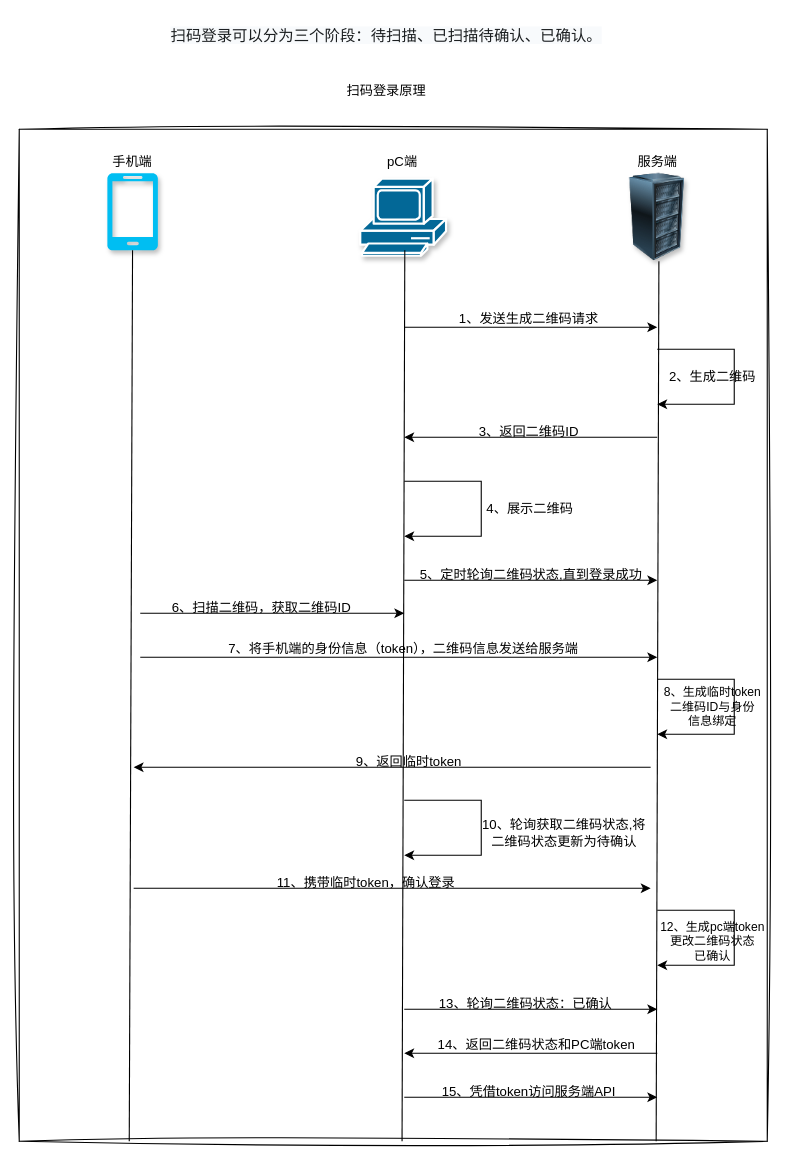
This is image-text/扫码登录原理.drawio from Rodert/javapub_oss, a draw.io file, before an edit. Source tidied: cells renumbered, new cells numbered last; positions are measured from the earlier drawing's top-left corner, leaving out a move shared by most shapes. Both pictures are drawn from the tidied source at 110%, with x=0, y=0 at pixel (19, 19).
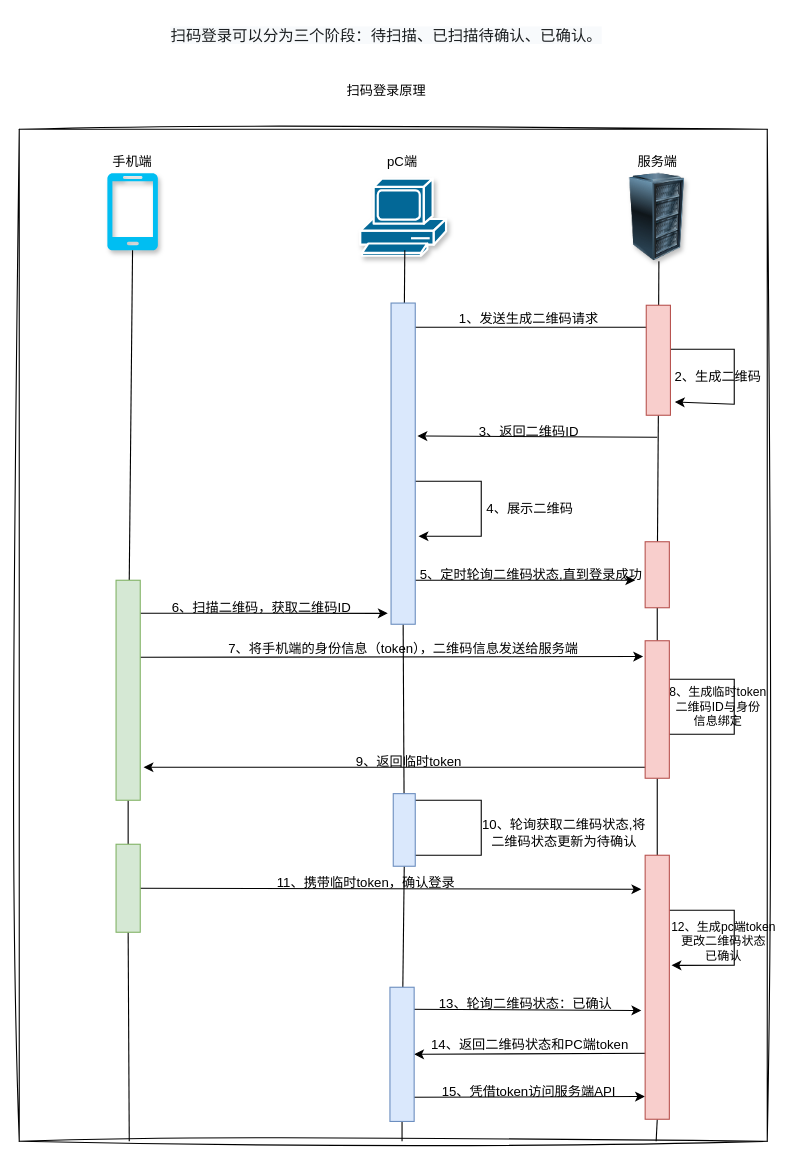
Above is the later version.

Commit message (it also covers changes not shown here):
更新扫码登录原理.drawio

The change refers to these unchanged cells:
```xml
<mxCell id="8" style="verticalLabelPosition=bottom;html=1;verticalAlign=top;align=center;strokeColor=none;fillColor=#00BEF2;shape=mxgraph.azure.mobile;hachureGap=4;fontFamily=Helvetica;shadow=1;" parent="1" vertex="1">
  <mxGeometry x="80" y="140" width="46" height="70" as="geometry" />
</mxCell>
```

Diff of the diagram source:
```diff
@@
-    <mxCell id="11" style="endArrow=none;html=1;rounded=0;hachureGap=4;fontFamily=Helvetica;entryX=0.5;entryY=1;entryDx=0;entryDy=0;entryPerimeter=0;" parent="1" edge="1" target="8">
-      <mxGeometry relative="1" as="geometry">
-        <mxPoint x="100" y="1020" as="sourcePoint" />
-      </mxGeometry>
+    <mxCell id="11" style="endArrow=none;html=1;rounded=0;hachureGap=4;fontFamily=Helvetica;entryX=0.5;entryY=1;entryDx=0;entryDy=0;entryPerimeter=0;" parent="1" edge="1" source="48" target="8">
+      <mxGeometry relative="1" as="geometry" />
     </mxCell>
-    <mxCell id="12" style="endArrow=none;html=1;rounded=0;hachureGap=4;fontFamily=Helvetica;entryX=0.5;entryY=1;entryDx=0;entryDy=0;entryPerimeter=0;" parent="1" edge="1">
+    <mxCell id="12" style="endArrow=none;html=1;rounded=0;hachureGap=4;fontFamily=Helvetica;entryX=0.5;entryY=1;entryDx=0;entryDy=0;entryPerimeter=0;" parent="1" edge="1" source="52">
       <mxGeometry relative="1" as="geometry">
-        <mxPoint x="348" y="1020" as="sourcePoint" />
         <mxPoint x="350.5" y="210" as="targetPoint" />
       </mxGeometry>
     </mxCell>
-    <mxCell id="13" style="endArrow=none;html=1;rounded=0;hachureGap=4;fontFamily=Helvetica;entryX=0.5;entryY=1;entryDx=0;entryDy=0;entryPerimeter=0;" parent="1" edge="1">
+    <mxCell id="13" style="endArrow=none;html=1;rounded=0;hachureGap=4;fontFamily=Helvetica;entryX=0.5;entryY=1;entryDx=0;entryDy=0;entryPerimeter=0;" parent="1" edge="1" source="58">
       <mxGeometry relative="1" as="geometry">
-        <mxPoint x="579" y="1020" as="sourcePoint" />
         <mxPoint x="581.5" y="220" as="targetPoint" />
       </mxGeometry>
     </mxCell>
@@
-    <mxCell id="15" style="endArrow=classic;html=1;rounded=0;hachureGap=4;fontFamily=Helvetica;flowAnimation=1;" parent="1" edge="1">
+    <mxCell id="15" style="endArrow=classic;html=1;rounded=0;hachureGap=4;fontFamily=Helvetica;flowAnimation=1;entryX=1.182;entryY=0.88;entryDx=0;entryDy=0;entryPerimeter=0;" parent="1" edge="1" target="58">
       <mxGeometry relative="1" as="geometry">
         <mxPoint x="580" y="300" as="sourcePoint" />
-        <mxPoint x="580" y="350" as="targetPoint" />
         <Array as="points">
           <mxPoint x="650" y="300" />
           <mxPoint x="650" y="350" />
         </Array>
       </mxGeometry>
     </mxCell>
-    <mxCell id="16" style="endArrow=classic;html=1;rounded=0;hachureGap=4;fontFamily=Helvetica;flowAnimation=1;" parent="1" edge="1">
+    <mxCell id="16" style="endArrow=classic;html=1;rounded=0;hachureGap=4;fontFamily=Helvetica;flowAnimation=1;entryX=1.091;entryY=0.414;entryDx=0;entryDy=0;entryPerimeter=0;" parent="1" edge="1" target="52">
       <mxGeometry relative="1" as="geometry">
         <mxPoint x="580" y="380" as="sourcePoint" />
-        <mxPoint x="350" y="380" as="targetPoint" />
       </mxGeometry>
     </mxCell>
-    <mxCell id="17" style="endArrow=classic;html=1;rounded=0;hachureGap=4;fontFamily=Helvetica;flowAnimation=1;" parent="1" edge="1">
+    <mxCell id="17" style="endArrow=classic;html=1;rounded=0;hachureGap=4;fontFamily=Helvetica;flowAnimation=1;entryX=1.136;entryY=0.726;entryDx=0;entryDy=0;entryPerimeter=0;" parent="1" edge="1" target="52">
       <mxGeometry relative="1" as="geometry">
         <mxPoint x="350" y="420" as="sourcePoint" />
-        <mxPoint x="350" y="470" as="targetPoint" />
         <Array as="points">
           <mxPoint x="420" y="420" />
           <mxPoint x="420" y="470" />
         </Array>
       </mxGeometry>
     </mxCell>
     <mxCell id="18" style="endArrow=classic;html=1;rounded=0;hachureGap=4;fontFamily=Helvetica;flowAnimation=1;" parent="1" edge="1">
       <mxGeometry relative="1" as="geometry">
         <mxPoint x="350" y="510" as="sourcePoint" />
-        <mxPoint x="580" y="510" as="targetPoint" />
+        <mxPoint x="560" y="510" as="targetPoint" />
       </mxGeometry>
     </mxCell>
-    <mxCell id="19" style="endArrow=classic;html=1;rounded=0;hachureGap=4;fontFamily=Helvetica;flowAnimation=1;" parent="1" edge="1">
+    <mxCell id="19" style="endArrow=classic;html=1;rounded=0;hachureGap=4;fontFamily=Helvetica;flowAnimation=1;entryX=-0.136;entryY=0.966;entryDx=0;entryDy=0;entryPerimeter=0;" parent="1" edge="1" target="52">
       <mxGeometry relative="1" as="geometry">
         <mxPoint x="110" y="540" as="sourcePoint" />
-        <mxPoint x="350" y="540" as="targetPoint" />
       </mxGeometry>
     </mxCell>
-    <mxCell id="20" style="endArrow=classic;html=1;rounded=0;hachureGap=4;fontFamily=Helvetica;flowAnimation=1;" parent="1" edge="1">
+    <mxCell id="20" style="endArrow=classic;html=1;rounded=0;hachureGap=4;fontFamily=Helvetica;flowAnimation=1;entryX=-0.083;entryY=0.115;entryDx=0;entryDy=0;entryPerimeter=0;" parent="1" edge="1" target="62">
       <mxGeometry relative="1" as="geometry">
         <mxPoint x="110" y="580" as="sourcePoint" />
-        <mxPoint x="580" y="580" as="targetPoint" />
       </mxGeometry>
     </mxCell>
@@
-    <mxCell id="22" style="endArrow=classic;html=1;rounded=0;hachureGap=4;fontFamily=Helvetica;flowAnimation=1;" parent="1" edge="1">
+    <mxCell id="22" style="endArrow=classic;html=1;rounded=0;hachureGap=4;fontFamily=Helvetica;flowAnimation=1;entryX=1.136;entryY=0.85;entryDx=0;entryDy=0;entryPerimeter=0;" parent="1" edge="1" target="48">
       <mxGeometry relative="1" as="geometry">
         <mxPoint x="574" y="680" as="sourcePoint" />
-        <mxPoint x="104" y="680" as="targetPoint" />
       </mxGeometry>
     </mxCell>
@@
-    <mxCell id="24" style="endArrow=classic;html=1;rounded=0;hachureGap=4;fontFamily=Helvetica;flowAnimation=1;" parent="1" edge="1">
+    <mxCell id="24" style="endArrow=classic;html=1;rounded=0;hachureGap=4;fontFamily=Helvetica;flowAnimation=1;entryX=-0.159;entryY=0.129;entryDx=0;entryDy=0;entryPerimeter=0;" parent="1" edge="1" target="64">
       <mxGeometry relative="1" as="geometry">
         <mxPoint x="104" y="790" as="sourcePoint" />
-        <mxPoint x="574" y="790" as="targetPoint" />
       </mxGeometry>
     </mxCell>
-    <mxCell id="25" style="endArrow=classic;html=1;rounded=0;hachureGap=4;fontFamily=Helvetica;flowAnimation=1;" parent="1" edge="1">
+    <mxCell id="25" style="endArrow=classic;html=1;rounded=0;hachureGap=4;fontFamily=Helvetica;flowAnimation=1;entryX=1.091;entryY=0.417;entryDx=0;entryDy=0;entryPerimeter=0;" parent="1" edge="1" target="64">
       <mxGeometry relative="1" as="geometry">
         <mxPoint x="580" y="810" as="sourcePoint" />
-        <mxPoint x="580" y="860" as="targetPoint" />
         <Array as="points">
           <mxPoint x="650" y="810" />
           <mxPoint x="650" y="860" />
         </Array>
       </mxGeometry>
     </mxCell>
-    <mxCell id="26" style="endArrow=classic;html=1;rounded=0;hachureGap=4;fontFamily=Helvetica;flowAnimation=1;" parent="1" edge="1">
+    <mxCell id="26" style="endArrow=classic;html=1;rounded=0;hachureGap=4;fontFamily=Helvetica;flowAnimation=1;entryX=-0.159;entryY=0.588;entryDx=0;entryDy=0;entryPerimeter=0;" parent="1" edge="1" target="64">
       <mxGeometry relative="1" as="geometry">
         <mxPoint x="350" y="900" as="sourcePoint" />
-        <mxPoint x="580" y="900" as="targetPoint" />
       </mxGeometry>
     </mxCell>
-    <mxCell id="27" style="endArrow=classic;html=1;rounded=0;hachureGap=4;fontFamily=Helvetica;flowAnimation=1;" parent="1" edge="1">
+    <mxCell id="27" style="endArrow=classic;html=1;rounded=0;hachureGap=4;fontFamily=Helvetica;flowAnimation=1;entryX=1;entryY=0.5;entryDx=0;entryDy=0;" parent="1" edge="1" target="56">
       <mxGeometry relative="1" as="geometry">
         <mxPoint x="580" y="940" as="sourcePoint" />
-        <mxPoint x="350" y="940" as="targetPoint" />
       </mxGeometry>
     </mxCell>
-    <mxCell id="28" style="endArrow=classic;html=1;rounded=0;hachureGap=4;fontFamily=Helvetica;flowAnimation=1;" parent="1" edge="1">
+    <mxCell id="28" style="endArrow=classic;html=1;rounded=0;hachureGap=4;fontFamily=Helvetica;flowAnimation=1;entryX=-0.008;entryY=0.914;entryDx=0;entryDy=0;entryPerimeter=0;" parent="1" edge="1" target="64">
       <mxGeometry relative="1" as="geometry">
         <mxPoint x="350" y="980" as="sourcePoint" />
-        <mxPoint x="580" y="980" as="targetPoint" />
       </mxGeometry>
     </mxCell>
@@
     <mxCell id="30" value="&lt;div&gt;&lt;font&gt;2、生成二维码&lt;/font&gt;&lt;/div&gt;" style="text;html=1;align=center;verticalAlign=middle;strokeColor=none;fillColor=none;fontFamily=Helvetica;" parent="1" vertex="1">
-      <mxGeometry x="580" y="310" width="100" height="30" as="geometry" />
+      <mxGeometry x="585" y="310" width="100" height="30" as="geometry" />
     </mxCell>
@@
     <mxCell id="40" value="14、返回二维码状态和PC端token" style="text;html=1;align=center;verticalAlign=middle;strokeColor=none;fillColor=none;fontFamily=Helvetica;" parent="1" vertex="1">
-      <mxGeometry x="370" y="918" width="200" height="30" as="geometry" />
+      <mxGeometry x="364" y="918" width="200" height="30" as="geometry" />
     </mxCell>
@@
     <mxCell id="42" value="&lt;div style=&quot;font-size: 11px;&quot;&gt;&lt;font style=&quot;font-size: 11px;&quot;&gt;12、生成pc端token&lt;br&gt;更改二维码状态&lt;/font&gt;&lt;/div&gt;&lt;div style=&quot;font-size: 11px;&quot;&gt;&lt;font style=&quot;font-size: 11px;&quot;&gt;已确认&lt;/font&gt;&lt;/div&gt;&lt;div style=&quot;font-size: 11px;&quot;&gt;&lt;br&gt;&lt;/div&gt;" style="text;html=1;align=center;verticalAlign=middle;strokeColor=none;fillColor=none;fontFamily=Helvetica;" parent="1" vertex="1">
-      <mxGeometry x="570" y="810" width="120" height="70" as="geometry" />
+      <mxGeometry x="580" y="810" width="120" height="70" as="geometry" />
     </mxCell>
     <mxCell id="43" value="&lt;div style=&quot;font-size: 11px;&quot;&gt;8、生成临时token&lt;br&gt;&lt;span style=&quot;background-color: initial;&quot;&gt;二维码ID与身份&lt;/span&gt;&lt;/div&gt;&lt;div style=&quot;font-size: 11px;&quot;&gt;&lt;span style=&quot;background-color: initial;&quot;&gt;信息绑&lt;/span&gt;&lt;span style=&quot;background-color: initial;&quot;&gt;定&lt;/span&gt;&lt;/div&gt;" style="text;html=1;align=center;verticalAlign=middle;strokeColor=none;fillColor=none;fontFamily=Helvetica;" parent="1" vertex="1">
-      <mxGeometry x="575" y="600" width="110" height="50" as="geometry" />
+      <mxGeometry x="580" y="600" width="110" height="50" as="geometry" />
     </mxCell>
@@
+    <mxCell id="47" style="endArrow=none;html=1;rounded=0;hachureGap=4;fontFamily=Helvetica;entryX=0.5;entryY=1;entryDx=0;entryDy=0;entryPerimeter=0;" parent="1" edge="1" source="50" target="48">
+      <mxGeometry relative="1" as="geometry" />
+    </mxCell>
+    <mxCell id="48" style="rounded=0;whiteSpace=wrap;html=1;hachureGap=4;fontFamily=Architects Daughter;fillColor=#d5e8d4;strokeColor=#82b366;" parent="1" vertex="1">
+      <mxGeometry x="88" y="510" width="22" height="200" as="geometry" />
+    </mxCell>
+    <mxCell id="49" style="endArrow=none;html=1;rounded=0;hachureGap=4;fontFamily=Helvetica;entryX=0.5;entryY=1;entryDx=0;entryDy=0;entryPerimeter=0;" parent="1" edge="1" target="50">
+      <mxGeometry relative="1" as="geometry">
+        <mxPoint x="100" y="1020" as="sourcePoint" />
+      </mxGeometry>
+    </mxCell>
+    <mxCell id="50" style="rounded=0;whiteSpace=wrap;html=1;hachureGap=4;fontFamily=Architects Daughter;fillColor=#d5e8d4;strokeColor=#82b366;" parent="1" vertex="1">
+      <mxGeometry x="88" y="750" width="22" height="80" as="geometry" />
+    </mxCell>
+    <mxCell id="51" style="endArrow=none;html=1;rounded=0;hachureGap=4;fontFamily=Helvetica;entryX=0.5;entryY=1;entryDx=0;entryDy=0;entryPerimeter=0;" parent="1" edge="1" source="54" target="52">
+      <mxGeometry relative="1" as="geometry" />
+    </mxCell>
+    <mxCell id="52" style="rounded=0;whiteSpace=wrap;html=1;hachureGap=4;fontFamily=Architects Daughter;fillColor=#dae8fc;strokeColor=#6c8ebf;" parent="1" vertex="1">
+      <mxGeometry x="338" y="258" width="22" height="292" as="geometry" />
+    </mxCell>
+    <mxCell id="53" style="endArrow=none;html=1;rounded=0;hachureGap=4;fontFamily=Helvetica;entryX=0.5;entryY=1;entryDx=0;entryDy=0;entryPerimeter=0;" parent="1" edge="1" source="56" target="54">
+      <mxGeometry relative="1" as="geometry" />
+    </mxCell>
+    <mxCell id="54" style="rounded=0;whiteSpace=wrap;html=1;hachureGap=4;fontFamily=Architects Daughter;fillColor=#dae8fc;strokeColor=#6c8ebf;" parent="1" vertex="1">
+      <mxGeometry x="340" y="704" width="20" height="66" as="geometry" />
+    </mxCell>
+    <mxCell id="55" style="endArrow=none;html=1;rounded=0;hachureGap=4;fontFamily=Helvetica;entryX=0.5;entryY=1;entryDx=0;entryDy=0;entryPerimeter=0;" parent="1" edge="1" target="56">
+      <mxGeometry relative="1" as="geometry">
+        <mxPoint x="348" y="1020" as="sourcePoint" />
+      </mxGeometry>
+    </mxCell>
+    <mxCell id="56" style="rounded=0;whiteSpace=wrap;html=1;hachureGap=4;fontFamily=Architects Daughter;fillColor=#dae8fc;strokeColor=#6c8ebf;" parent="1" vertex="1">
+      <mxGeometry x="337" y="880" width="22" height="122" as="geometry" />
+    </mxCell>
+    <mxCell id="57" style="endArrow=none;html=1;rounded=0;hachureGap=4;fontFamily=Helvetica;entryX=0.5;entryY=1;entryDx=0;entryDy=0;entryPerimeter=0;" parent="1" edge="1" source="60" target="58">
+      <mxGeometry relative="1" as="geometry" />
+    </mxCell>
+    <mxCell id="58" style="rounded=0;whiteSpace=wrap;html=1;hachureGap=4;fontFamily=Architects Daughter;fillColor=#f8cecc;strokeColor=#b85450;" parent="1" vertex="1">
+      <mxGeometry x="570" y="260" width="22" height="100" as="geometry" />
+    </mxCell>
+    <mxCell id="59" style="endArrow=none;html=1;rounded=0;hachureGap=4;fontFamily=Helvetica;entryX=0.5;entryY=1;entryDx=0;entryDy=0;entryPerimeter=0;" parent="1" edge="1" source="62" target="60">
+      <mxGeometry relative="1" as="geometry" />
+    </mxCell>
+    <mxCell id="60" style="rounded=0;whiteSpace=wrap;html=1;hachureGap=4;fontFamily=Architects Daughter;fillColor=#f8cecc;strokeColor=#b85450;" parent="1" vertex="1">
+      <mxGeometry x="569" y="475" width="22" height="60" as="geometry" />
+    </mxCell>
+    <mxCell id="61" style="endArrow=none;html=1;rounded=0;hachureGap=4;fontFamily=Helvetica;entryX=0.5;entryY=1;entryDx=0;entryDy=0;entryPerimeter=0;" parent="1" edge="1" source="64" target="62">
+      <mxGeometry relative="1" as="geometry" />
+    </mxCell>
+    <mxCell id="62" style="rounded=0;whiteSpace=wrap;html=1;hachureGap=4;fontFamily=Architects Daughter;fillColor=#f8cecc;strokeColor=#b85450;" parent="1" vertex="1">
+      <mxGeometry x="569" y="565" width="22" height="125" as="geometry" />
+    </mxCell>
+    <mxCell id="63" style="endArrow=none;html=1;rounded=0;hachureGap=4;fontFamily=Helvetica;entryX=0.5;entryY=1;entryDx=0;entryDy=0;entryPerimeter=0;" parent="1" edge="1" target="64">
+      <mxGeometry relative="1" as="geometry">
+        <mxPoint x="579" y="1020" as="sourcePoint" />
+      </mxGeometry>
+    </mxCell>
+    <mxCell id="64" style="rounded=0;whiteSpace=wrap;html=1;hachureGap=4;fontFamily=Architects Daughter;fillColor=#f8cecc;strokeColor=#b85450;" parent="1" vertex="1">
+      <mxGeometry x="569" y="760" width="22" height="240" as="geometry" />
+    </mxCell>
```
